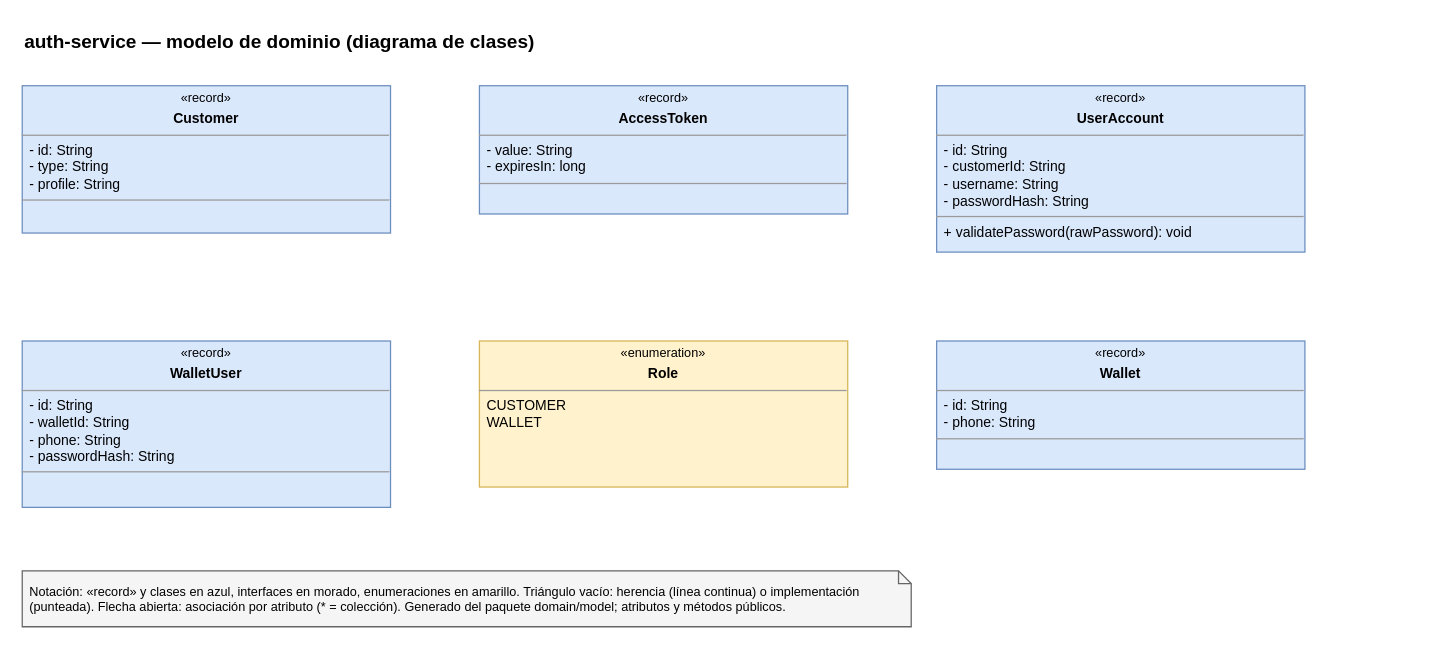
kuroxbyte/bootcamp-bank-project-docs keeps this draw.io diagram as page "auth-service" (5 of 7) of docs/diagrams/class-diagrams.drawio. Above is the earlier version. Source tidied: cells renumbered, new cells numbered last; positions are measured from the earlier drawing's top-left corner, leaving out a move shared by most shapes. Both pictures are drawn from the tidied source at 127%, with x=0, y=0 at pixel (22, 22).
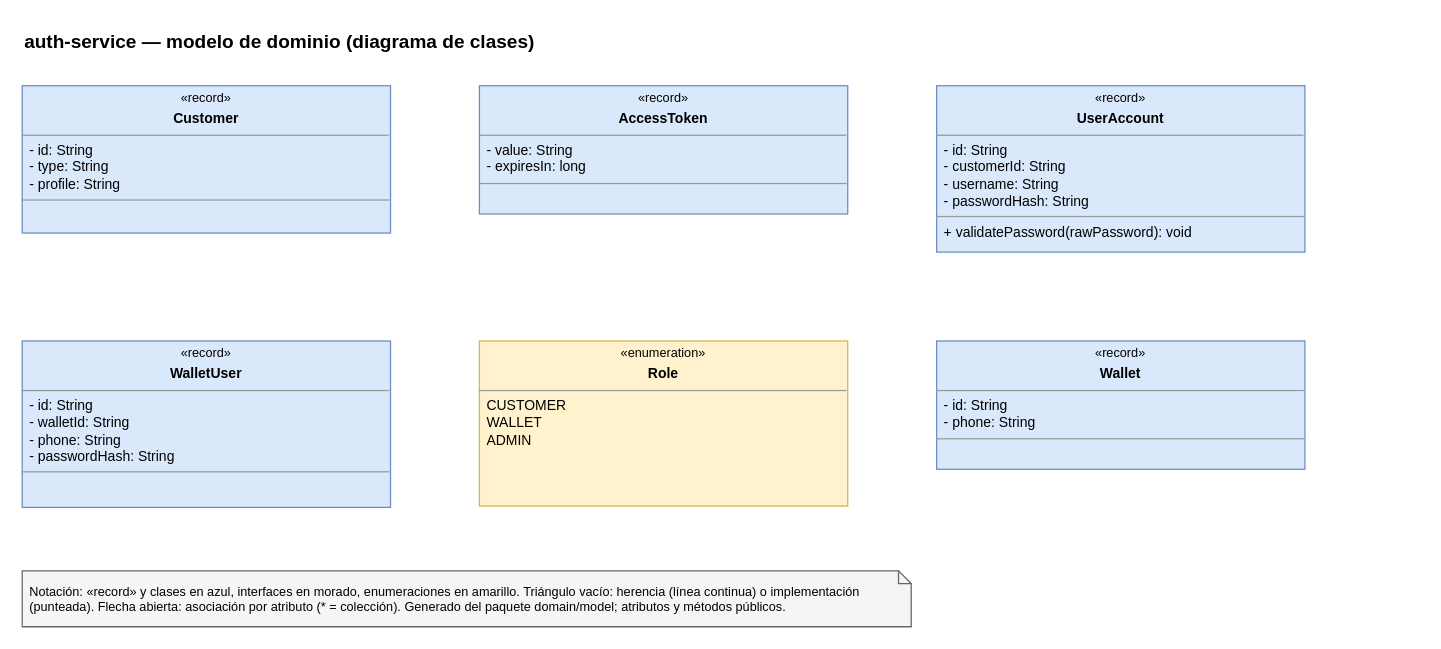
The same page after the edit.

What changed in the source:
```diff
@@
 <mxGraphModel>
   <root>
     <mxCell id="0" />
     <mxCell id="1" parent="0" />
     <mxCell id="2" value="auth-service — modelo de dominio (diagrama de clases)" style="text;html=1;fontSize=15;fontStyle=1;align=left;" parent="1" vertex="1">
       <mxGeometry width="1100" height="30" as="geometry" />
     </mxCell>
     <mxCell id="3" value="&lt;p style=&quot;margin:0;margin-top:4px;text-align:center;font-size:10px&quot;&gt;«record»&lt;/p&gt;&lt;p style=&quot;margin:0;margin-top:4px;text-align:center&quot;&gt;&lt;b&gt;Customer&lt;/b&gt;&lt;/p&gt;&lt;hr size=&quot;1&quot;/&gt;&lt;p style=&quot;margin:0;margin-left:6px&quot;&gt;- id: String&lt;br/&gt;- type: String&lt;br/&gt;- profile: String&lt;/p&gt;&lt;hr size=&quot;1&quot;/&gt;&lt;p style=&quot;margin:0;margin-left:6px&quot;&gt;&lt;/p&gt;" style="verticalAlign=top;align=left;overflow=fill;html=1;whiteSpace=wrap;fontSize=11;fillColor=#dae8fc;strokeColor=#6c8ebf;" parent="1" vertex="1">
       <mxGeometry y="50" width="290" height="116" as="geometry" />
     </mxCell>
     <mxCell id="4" value="&lt;p style=&quot;margin:0;margin-top:4px;text-align:center;font-size:10px&quot;&gt;«record»&lt;/p&gt;&lt;p style=&quot;margin:0;margin-top:4px;text-align:center&quot;&gt;&lt;b&gt;AccessToken&lt;/b&gt;&lt;/p&gt;&lt;hr size=&quot;1&quot;/&gt;&lt;p style=&quot;margin:0;margin-left:6px&quot;&gt;- value: String&lt;br/&gt;- expiresIn: long&lt;/p&gt;&lt;hr size=&quot;1&quot;/&gt;&lt;p style=&quot;margin:0;margin-left:6px&quot;&gt;&lt;/p&gt;" style="verticalAlign=top;align=left;overflow=fill;html=1;whiteSpace=wrap;fontSize=11;fillColor=#dae8fc;strokeColor=#6c8ebf;" parent="1" vertex="1">
       <mxGeometry x="360" y="50" width="290" height="101" as="geometry" />
     </mxCell>
     <mxCell id="5" value="&lt;p style=&quot;margin:0;margin-top:4px;text-align:center;font-size:10px&quot;&gt;«record»&lt;/p&gt;&lt;p style=&quot;margin:0;margin-top:4px;text-align:center&quot;&gt;&lt;b&gt;UserAccount&lt;/b&gt;&lt;/p&gt;&lt;hr size=&quot;1&quot;/&gt;&lt;p style=&quot;margin:0;margin-left:6px&quot;&gt;- id: String&lt;br/&gt;- customerId: String&lt;br/&gt;- username: String&lt;br/&gt;- passwordHash: String&lt;/p&gt;&lt;hr size=&quot;1&quot;/&gt;&lt;p style=&quot;margin:0;margin-left:6px&quot;&gt;+ validatePassword(rawPassword): void&lt;/p&gt;" style="verticalAlign=top;align=left;overflow=fill;html=1;whiteSpace=wrap;fontSize=11;fillColor=#dae8fc;strokeColor=#6c8ebf;" parent="1" vertex="1">
       <mxGeometry x="720" y="50" width="290" height="131" as="geometry" />
     </mxCell>
     <mxCell id="6" value="&lt;p style=&quot;margin:0;margin-top:4px;text-align:center;font-size:10px&quot;&gt;«record»&lt;/p&gt;&lt;p style=&quot;margin:0;margin-top:4px;text-align:center&quot;&gt;&lt;b&gt;WalletUser&lt;/b&gt;&lt;/p&gt;&lt;hr size=&quot;1&quot;/&gt;&lt;p style=&quot;margin:0;margin-left:6px&quot;&gt;- id: String&lt;br/&gt;- walletId: String&lt;br/&gt;- phone: String&lt;br/&gt;- passwordHash: String&lt;/p&gt;&lt;hr size=&quot;1&quot;/&gt;&lt;p style=&quot;margin:0;margin-left:6px&quot;&gt;&lt;/p&gt;" style="verticalAlign=top;align=left;overflow=fill;html=1;whiteSpace=wrap;fontSize=11;fillColor=#dae8fc;strokeColor=#6c8ebf;" parent="1" vertex="1">
       <mxGeometry y="251" width="290" height="131" as="geometry" />
     </mxCell>
-    <mxCell id="7" value="&lt;p style=&quot;margin:0;margin-top:4px;text-align:center;font-size:10px&quot;&gt;«enumeration»&lt;/p&gt;&lt;p style=&quot;margin:0;margin-top:4px;text-align:center&quot;&gt;&lt;b&gt;Role&lt;/b&gt;&lt;/p&gt;&lt;hr size=&quot;1&quot;/&gt;&lt;p style=&quot;margin:0;margin-left:6px&quot;&gt;CUSTOMER&lt;br/&gt;WALLET&lt;/p&gt;" style="verticalAlign=top;align=left;overflow=fill;html=1;whiteSpace=wrap;fontSize=11;fillColor=#fff2cc;strokeColor=#d6b656;" parent="1" vertex="1">
-      <mxGeometry x="360" y="251" width="290" height="115" as="geometry" />
+    <mxCell id="7" value="&lt;p style=&quot;margin:0;margin-top:4px;text-align:center;font-size:10px&quot;&gt;«enumeration»&lt;/p&gt;&lt;p style=&quot;margin:0;margin-top:4px;text-align:center&quot;&gt;&lt;b&gt;Role&lt;/b&gt;&lt;/p&gt;&lt;hr size=&quot;1&quot;/&gt;&lt;p style=&quot;margin:0;margin-left:6px&quot;&gt;CUSTOMER&lt;br/&gt;WALLET&lt;br/&gt;ADMIN&lt;/p&gt;" style="verticalAlign=top;align=left;overflow=fill;html=1;whiteSpace=wrap;fontSize=11;fillColor=#fff2cc;strokeColor=#d6b656;" parent="1" vertex="1">
+      <mxGeometry x="360" y="251" width="290" height="130" as="geometry" />
     </mxCell>
     <mxCell id="8" value="&lt;p style=&quot;margin:0;margin-top:4px;text-align:center;font-size:10px&quot;&gt;«record»&lt;/p&gt;&lt;p style=&quot;margin:0;margin-top:4px;text-align:center&quot;&gt;&lt;b&gt;Wallet&lt;/b&gt;&lt;/p&gt;&lt;hr size=&quot;1&quot;/&gt;&lt;p style=&quot;margin:0;margin-left:6px&quot;&gt;- id: String&lt;br/&gt;- phone: String&lt;/p&gt;&lt;hr size=&quot;1&quot;/&gt;&lt;p style=&quot;margin:0;margin-left:6px&quot;&gt;&lt;/p&gt;" style="verticalAlign=top;align=left;overflow=fill;html=1;whiteSpace=wrap;fontSize=11;fillColor=#dae8fc;strokeColor=#6c8ebf;" parent="1" vertex="1">
       <mxGeometry x="720" y="251" width="290" height="101" as="geometry" />
     </mxCell>
     <mxCell id="9" value="Notación: «record» y clases en azul, interfaces en morado, enumeraciones en amarillo. Triángulo vacío: herencia (línea continua) o implementación (punteada). Flecha abierta: asociación por atributo (* = colección). Generado del paquete domain/model; atributos y métodos públicos." style="shape=note;whiteSpace=wrap;html=1;size=10;fillColor=#f5f5f5;strokeColor=#666666;fontSize=10;align=left;spacingLeft=4;" parent="1" vertex="1">
       <mxGeometry y="432" width="700" height="44" as="geometry" />
     </mxCell>
   </root>
 </mxGraphModel>
```
